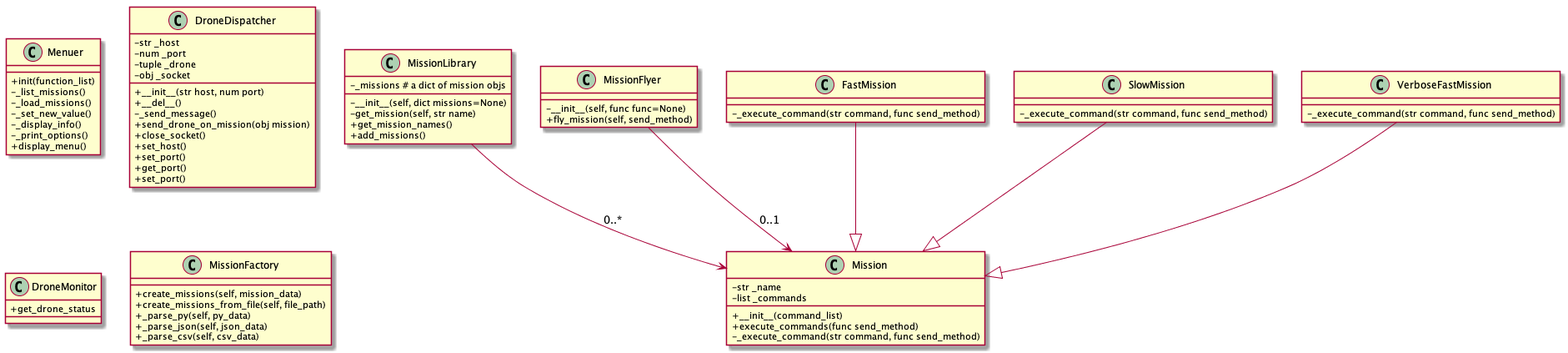
Earlier version of the PlantUML export classDiagrams.png (garryjable/TelloDroneMk2).
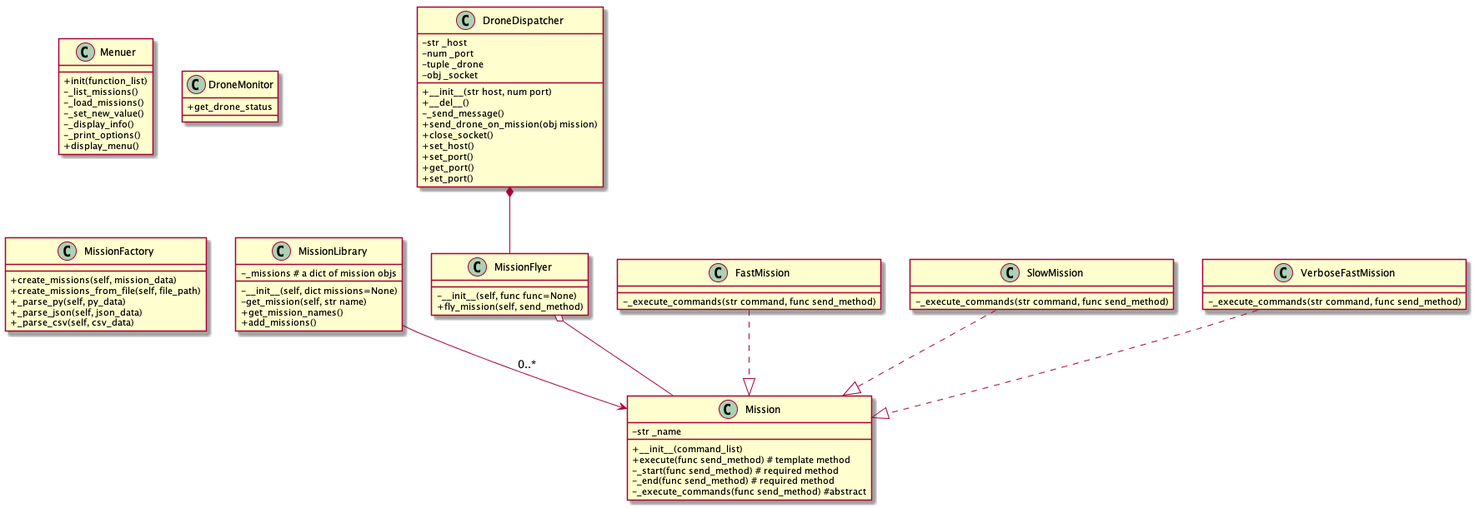
The same diagram one commit later.

Change to the diagram source:
```diff
@@ -3,10 +3,11 @@
 skinparam classAttributeIconSize 0
 
 MissionLibrary --> Mission : 0..*
-MissionFlyer --> Mission : 0..1
-FastMission --|> Mission
-SlowMission --|> Mission
-VerboseFastMission --|> Mission
+DroneDispatcher *-- MissionFlyer
+MissionFlyer o-- Mission
+FastMission ..|> Mission
+SlowMission ..|> Mission
+VerboseFastMission ..|> Mission
 
 class Menuer {
     +init(function_list)
@@ -67,25 +68,23 @@
 
 class Mission {
     -str _name
-    -list _commands
     +__init__(command_list)
-    +execute_commands(func send_method)
-    -_execute_command(str command, func send_method)
+    +execute(func send_method) # template method
+    -_start(func send_method) # required method
+    -_end(func send_method) # required method
+    -_execute_commands(func send_method) #abstract
 }
 
 class FastMission {
-    -_execute_command(str command, func send_method)
+    -_execute_commands(str command, func send_method)
 }
 
 class SlowMission {
-    -_execute_command(str command, func send_method)
+    -_execute_commands(str command, func send_method)
 }
 
 class VerboseFastMission {
-    -_execute_command(str command, func send_method)
+    -_execute_commands(str command, func send_method)
 }
 
-
-
-
 @enduml
```
